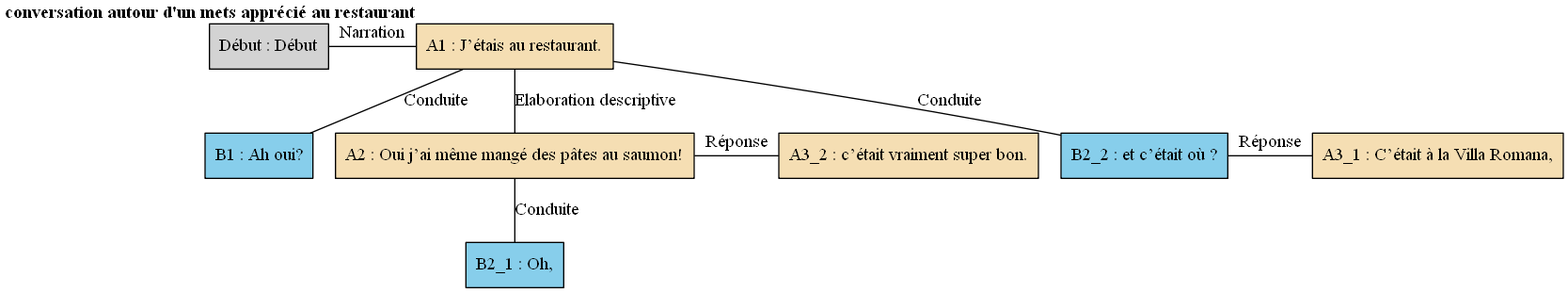
Above: arbres/Bac_a_sable/Bac_a_sable_-_C07.gv.png in AlaixComet/AnnotationSlamPTut (Graphviz), before the change. Its source is kept beside it as arbres/Bac_a_sable/Bac_a_sable_-_C07.gv.
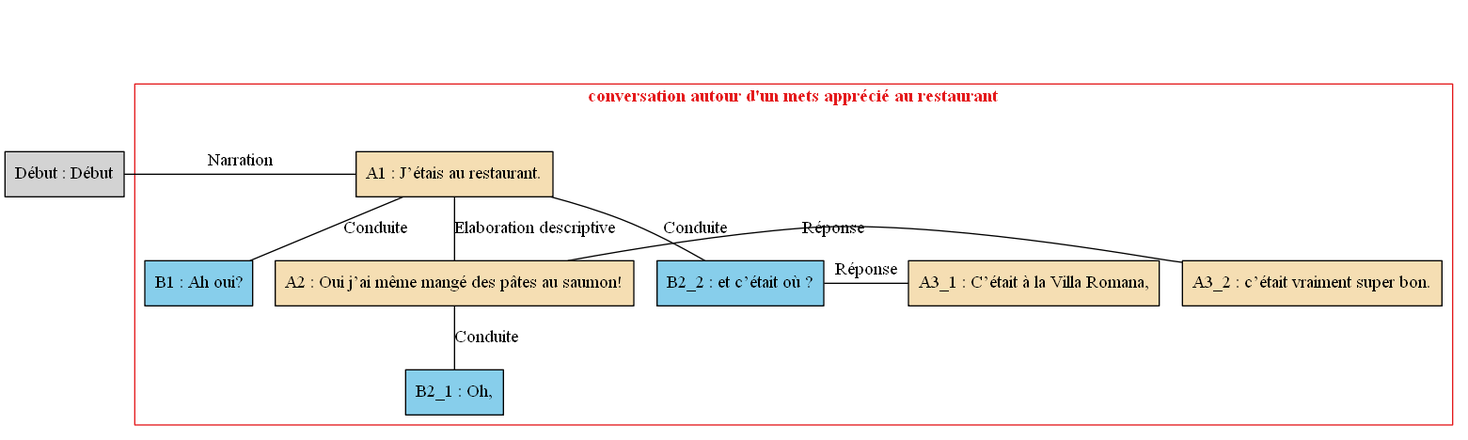
Later version of the same file.

Diff of the diagram source:
```diff
@@ -1,33 +1,37 @@
 digraph C07 {
 	node [shape=box style=filled]
-	"Début" [label="Début : Début" xlabel=""]
-	A1 [label="A1 : J’étais au restaurant." fillcolor=wheat xlabel=<<B>conversation autour d'un mets apprécié au restaurant</B>>]
-	B1 [label="B1 : Ah oui?" fillcolor=skyblue xlabel=""]
-	A2 [label="A2 : Oui j’ai même mangé des pâtes au saumon!" fillcolor=wheat xlabel=""]
-	B2_1 [label="B2_1 : Oh," fillcolor=skyblue xlabel=""]
-	B2_2 [label="B2_2 : et c’était où ?" fillcolor=skyblue xlabel=""]
-	A3_1 [label="A3_1 : C’était à la Villa Romana," fillcolor=wheat xlabel=""]
-	A3_2 [label="A3_2 : c’était vraiment super bon." fillcolor=wheat xlabel=""]
-	{
-		rank=same
-		"Début"
+	newrank=true
+	zero [style=invis]
+	"Début" [label="Début : Début"]
+	A1 [label="A1 : J’étais au restaurant." fillcolor=wheat]
+	B1 [label="B1 : Ah oui?" fillcolor=skyblue]
+	A2 [label="A2 : Oui j’ai même mangé des pâtes au saumon!" fillcolor=wheat]
+	B2_1 [label="B2_1 : Oh," fillcolor=skyblue]
+	B2_2 [label="B2_2 : et c’était où ?" fillcolor=skyblue]
+	A3_1 [label="A3_1 : C’était à la Villa Romana," fillcolor=wheat]
+	A3_2 [label="A3_2 : c’était vraiment super bon." fillcolor=wheat]
+	zero -> "Début" [label="" style=invis]
+	zero -> A1 [style=invis weight=1]
+	"Début" -> A1 [label=Narration constraint=false dir=none]
+	A1 -> B1 [label=Conduite dir=none weight=2]
+	A1 -> A2 [label="Elaboration descriptive" dir=none weight=2]
+	A2 -> B2_1 [label=Conduite dir=none weight=2]
+	A1 -> B2_2 [label=Conduite dir=none weight=2]
+	A1 -> A3_1 [style=invis weight=1]
+	B2_2 -> A3_1 [label="Réponse" constraint=false dir=none]
+	A1 -> A3_2 [style=invis weight=1]
+	A2 -> A3_2 [label="Réponse" constraint=false dir=none]
+	subgraph cluster_1 {
+		label=<<B>conversation autour d'un mets apprécié au restaurant</B>>
+		colorscheme=set19
+		color=1
+		fontcolor=1
 		A1
-		"Début" -> A1 [label=Narration dir=none]
-	}
-	A1 -> B1 [label=Conduite dir=none]
-	A1 -> A2 [label="Elaboration descriptive" dir=none]
-	A2 -> B2_1 [label=Conduite dir=none]
-	A1 -> B2_2 [label=Conduite dir=none]
-	{
-		rank=same
+		B1
+		A2
+		B2_1
 		B2_2
 		A3_1
-		B2_2 -> A3_1 [label="Réponse" dir=none]
-	}
-	{
-		rank=same
-		A2
 		A3_2
-		A2 -> A3_2 [label="Réponse" dir=none]
 	}
 }
```
